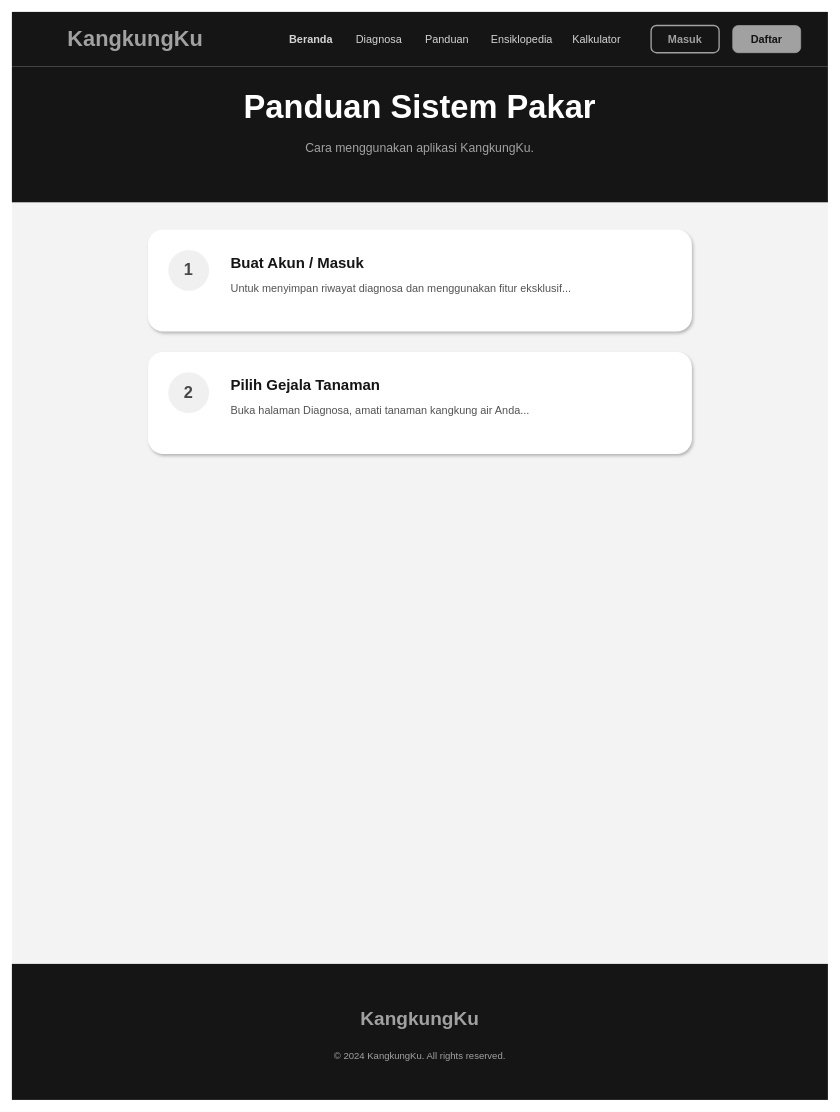
This is diagram/desain_backup/panduan.drawio from RajaSunrise/kangkungku, a draw.io file, before an edit. Source tidied: cells renumbered, new cells numbered last; positions are measured from the earlier drawing's top-left corner, leaving out a move shared by most shapes. Both pictures are drawn from the tidied source at 68%, with x=0, y=0 at pixel (12, 12).
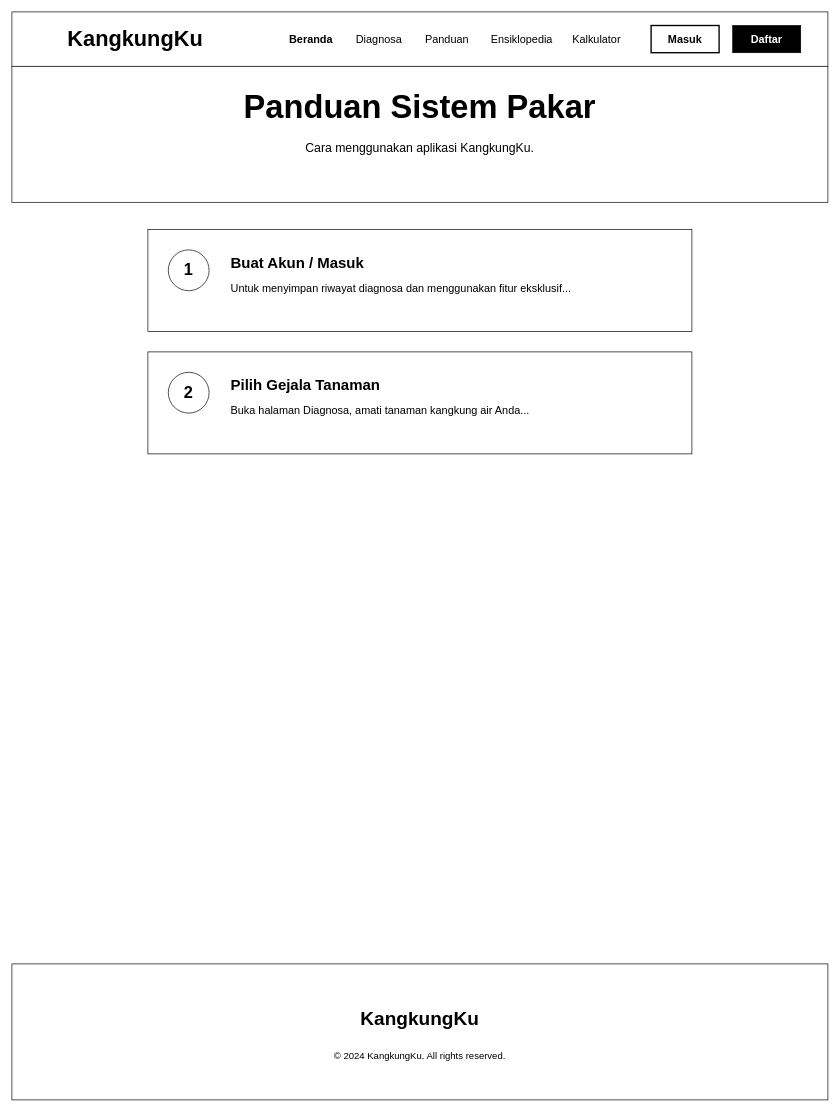
After the change.

What changed in the source:
```diff
@@
-    <mxCell id="2" style="rounded=0;whiteSpace=wrap;html=1;fillColor=#F3F3F3;strokeColor=none;" parent="1" vertex="1">
+    <mxCell id="2" style="rounded=0;whiteSpace=wrap;html=1;fillColor=#FFFFFF;strokeColor=none;" parent="1" vertex="1">
       <mxGeometry width="1200" height="1600" as="geometry" />
     </mxCell>
-    <mxCell id="3" style="rounded=0;whiteSpace=wrap;html=1;fillColor=#151515;strokeColor=none;" parent="1" vertex="1">
+    <mxCell id="3" style="rounded=0;whiteSpace=wrap;html=1;fillColor=#FFFFFF;strokeColor=#000000;" parent="1" vertex="1">
       <mxGeometry width="1200" height="80" as="geometry" />
     </mxCell>
-    <mxCell id="4" value="KangkungKu" style="text;html=1;strokeColor=none;fillColor=none;align=left;verticalAlign=middle;whiteSpace=wrap;rounded=0;fontColor=#A1A1A1;fontSize=32;fontStyle=1;fontFamily=Space Grotesk;" parent="1" vertex="1">
+    <mxCell id="4" value="KangkungKu" style="text;html=1;strokeColor=none;fillColor=none;align=left;verticalAlign=middle;whiteSpace=wrap;rounded=0;fontColor=#000000;fontSize=32;fontStyle=1;fontFamily=Space Grotesk;" parent="1" vertex="1">
       <mxGeometry x="80" y="20" width="200" height="40" as="geometry" />
     </mxCell>
-    <mxCell id="5" value="Beranda" style="text;html=1;strokeColor=none;fillColor=none;align=center;verticalAlign=middle;whiteSpace=wrap;rounded=0;fontColor=#D4D4D4;fontSize=16;fontFamily=Space Grotesk;fontStyle=1;" parent="1" vertex="1">
+    <mxCell id="5" value="Beranda" style="text;html=1;strokeColor=none;fillColor=none;align=center;verticalAlign=middle;whiteSpace=wrap;rounded=0;fontColor=#000000;fontSize=16;fontFamily=Space Grotesk;fontStyle=1;" parent="1" vertex="1">
       <mxGeometry x="400" y="25" width="80" height="30" as="geometry" />
     </mxCell>
-    <mxCell id="6" value="Diagnosa" style="text;html=1;strokeColor=none;fillColor=none;align=center;verticalAlign=middle;whiteSpace=wrap;rounded=0;fontColor=#D4D4D4;fontSize=16;fontFamily=Space Grotesk;" parent="1" vertex="1">
+    <mxCell id="6" value="Diagnosa" style="text;html=1;strokeColor=none;fillColor=none;align=center;verticalAlign=middle;whiteSpace=wrap;rounded=0;fontColor=#000000;fontSize=16;fontFamily=Space Grotesk;" parent="1" vertex="1">
       <mxGeometry x="500" y="25" width="80" height="30" as="geometry" />
     </mxCell>
-    <mxCell id="7" value="Panduan" style="text;html=1;strokeColor=none;fillColor=none;align=center;verticalAlign=middle;whiteSpace=wrap;rounded=0;fontColor=#D4D4D4;fontSize=16;fontFamily=Space Grotesk;" parent="1" vertex="1">
+    <mxCell id="7" value="Panduan" style="text;html=1;strokeColor=none;fillColor=none;align=center;verticalAlign=middle;whiteSpace=wrap;rounded=0;fontColor=#000000;fontSize=16;fontFamily=Space Grotesk;" parent="1" vertex="1">
       <mxGeometry x="600" y="25" width="80" height="30" as="geometry" />
     </mxCell>
-    <mxCell id="8" value="Ensiklopedia" style="text;html=1;strokeColor=none;fillColor=none;align=center;verticalAlign=middle;whiteSpace=wrap;rounded=0;fontColor=#D4D4D4;fontSize=16;fontFamily=Space Grotesk;" parent="1" vertex="1">
+    <mxCell id="8" value="Ensiklopedia" style="text;html=1;strokeColor=none;fillColor=none;align=center;verticalAlign=middle;whiteSpace=wrap;rounded=0;fontColor=#000000;fontSize=16;fontFamily=Space Grotesk;" parent="1" vertex="1">
       <mxGeometry x="700" y="25" width="100" height="30" as="geometry" />
     </mxCell>
-    <mxCell id="9" value="Kalkulator" style="text;html=1;strokeColor=none;fillColor=none;align=center;verticalAlign=middle;whiteSpace=wrap;rounded=0;fontColor=#D4D4D4;fontSize=16;fontFamily=Space Grotesk;" parent="1" vertex="1">
+    <mxCell id="9" value="Kalkulator" style="text;html=1;strokeColor=none;fillColor=none;align=center;verticalAlign=middle;whiteSpace=wrap;rounded=0;fontColor=#000000;fontSize=16;fontFamily=Space Grotesk;" parent="1" vertex="1">
       <mxGeometry x="820" y="25" width="80" height="30" as="geometry" />
     </mxCell>
-    <mxCell id="10" value="Masuk" style="rounded=1;whiteSpace=wrap;html=1;fillColor=none;strokeColor=#A1A1A1;strokeWidth=2;fontColor=#A1A1A1;fontStyle=1;fontSize=16;arcSize=20;" parent="1" vertex="1">
+    <mxCell id="10" value="Masuk" style="rounded=0;whiteSpace=wrap;html=1;fillColor=none;strokeColor=#000000;strokeWidth=2;fontColor=#000000;fontStyle=1;fontSize=16;arcSize=20;" parent="1" vertex="1">
       <mxGeometry x="940" y="20" width="100" height="40" as="geometry" />
     </mxCell>
-    <mxCell id="11" value="Daftar" style="rounded=1;whiteSpace=wrap;html=1;fillColor=#A1A1A1;strokeColor=#A1A1A1;fontColor=#151515;fontStyle=1;fontSize=16;arcSize=20;" parent="1" vertex="1">
+    <mxCell id="11" value="Daftar" style="rounded=0;whiteSpace=wrap;html=1;fillColor=#000000;strokeColor=#000000;fontColor=#FFFFFF;fontStyle=1;fontSize=16;arcSize=20;" parent="1" vertex="1">
       <mxGeometry x="1060" y="20" width="100" height="40" as="geometry" />
     </mxCell>
-    <mxCell id="12" style="rounded=0;whiteSpace=wrap;html=1;fillColor=#151515;strokeColor=none;" parent="1" vertex="1">
+    <mxCell id="12" style="rounded=0;whiteSpace=wrap;html=1;fillColor=#FFFFFF;strokeColor=#000000;" parent="1" vertex="1">
       <mxGeometry y="80" width="1200" height="200" as="geometry" />
     </mxCell>
-    <mxCell id="13" value="Panduan Sistem Pakar" style="text;html=1;strokeColor=none;fillColor=none;align=center;verticalAlign=middle;whiteSpace=wrap;rounded=0;fontColor=#FFFFFF;fontSize=48;fontStyle=1;fontFamily=Space Grotesk;" parent="1" vertex="1">
+    <mxCell id="13" value="Panduan Sistem Pakar" style="text;html=1;strokeColor=none;fillColor=none;align=center;verticalAlign=middle;whiteSpace=wrap;rounded=0;fontColor=#000000;fontSize=48;fontStyle=1;fontFamily=Space Grotesk;" parent="1" vertex="1">
       <mxGeometry x="100" y="100" width="1000" height="80" as="geometry" />
     </mxCell>
-    <mxCell id="14" value="Cara menggunakan aplikasi KangkungKu." style="text;html=1;strokeColor=none;fillColor=none;align=center;verticalAlign=middle;whiteSpace=wrap;rounded=0;fontColor=#A2A2A2;fontSize=18;fontFamily=Space Grotesk;" parent="1" vertex="1">
+    <mxCell id="14" value="Cara menggunakan aplikasi KangkungKu." style="text;html=1;strokeColor=none;fillColor=none;align=center;verticalAlign=middle;whiteSpace=wrap;rounded=0;fontColor=#000000;fontSize=18;fontFamily=Space Grotesk;" parent="1" vertex="1">
       <mxGeometry x="200" y="180" width="800" height="40" as="geometry" />
     </mxCell>
-    <mxCell id="15" style="rounded=1;whiteSpace=wrap;html=1;fillColor=#FFFFFF;strokeColor=none;shadow=1;" parent="1" vertex="1">
+    <mxCell id="15" style="rounded=0;whiteSpace=wrap;html=1;fillColor=#FFFFFF;strokeColor=#000000;" parent="1" vertex="1">
       <mxGeometry x="200" y="320" width="800" height="150" as="geometry" />
     </mxCell>
-    <mxCell id="16" value="1" style="ellipse;whiteSpace=wrap;html=1;fillColor=#F0F0F0;strokeColor=none;fontColor=#474747;fontStyle=1;fontSize=24;" parent="1" vertex="1">
+    <mxCell id="16" value="1" style="ellipse;whiteSpace=wrap;html=1;fillColor=#FFFFFF;strokeColor=#000000;fontColor=#000000;fontStyle=1;fontSize=24;" parent="1" vertex="1">
       <mxGeometry x="230" y="350" width="60" height="60" as="geometry" />
     </mxCell>
-    <mxCell id="17" value="Buat Akun / Masuk" style="text;html=1;strokeColor=none;fillColor=none;align=left;verticalAlign=top;whiteSpace=wrap;rounded=0;fontColor=#151515;fontSize=22;fontStyle=1;" parent="1" vertex="1">
+    <mxCell id="17" value="Buat Akun / Masuk" style="text;html=1;strokeColor=none;fillColor=none;align=left;verticalAlign=top;whiteSpace=wrap;rounded=0;fontColor=#000000;fontSize=22;fontStyle=1;" parent="1" vertex="1">
       <mxGeometry x="320" y="350" width="600" height="30" as="geometry" />
     </mxCell>
-    <mxCell id="18" value="Untuk menyimpan riwayat diagnosa dan menggunakan fitur eksklusif..." style="text;html=1;strokeColor=none;fillColor=none;align=left;verticalAlign=top;whiteSpace=wrap;rounded=0;fontColor=#535353;fontSize=16;" parent="1" vertex="1">
+    <mxCell id="18" value="Untuk menyimpan riwayat diagnosa dan menggunakan fitur eksklusif..." style="text;html=1;strokeColor=none;fillColor=none;align=left;verticalAlign=top;whiteSpace=wrap;rounded=0;fontColor=#000000;fontSize=16;" parent="1" vertex="1">
       <mxGeometry x="320" y="390" width="600" height="60" as="geometry" />
     </mxCell>
-    <mxCell id="19" style="rounded=1;whiteSpace=wrap;html=1;fillColor=#FFFFFF;strokeColor=none;shadow=1;" parent="1" vertex="1">
+    <mxCell id="19" style="rounded=0;whiteSpace=wrap;html=1;fillColor=#FFFFFF;strokeColor=#000000;" parent="1" vertex="1">
       <mxGeometry x="200" y="500" width="800" height="150" as="geometry" />
     </mxCell>
-    <mxCell id="20" value="2" style="ellipse;whiteSpace=wrap;html=1;fillColor=#F0F0F0;strokeColor=none;fontColor=#474747;fontStyle=1;fontSize=24;" parent="1" vertex="1">
+    <mxCell id="20" value="2" style="ellipse;whiteSpace=wrap;html=1;fillColor=#FFFFFF;strokeColor=#000000;fontColor=#000000;fontStyle=1;fontSize=24;" parent="1" vertex="1">
       <mxGeometry x="230" y="530" width="60" height="60" as="geometry" />
     </mxCell>
-    <mxCell id="21" value="Pilih Gejala Tanaman" style="text;html=1;strokeColor=none;fillColor=none;align=left;verticalAlign=top;whiteSpace=wrap;rounded=0;fontColor=#151515;fontSize=22;fontStyle=1;" parent="1" vertex="1">
+    <mxCell id="21" value="Pilih Gejala Tanaman" style="text;html=1;strokeColor=none;fillColor=none;align=left;verticalAlign=top;whiteSpace=wrap;rounded=0;fontColor=#000000;fontSize=22;fontStyle=1;" parent="1" vertex="1">
       <mxGeometry x="320" y="530" width="600" height="30" as="geometry" />
     </mxCell>
-    <mxCell id="22" value="Buka halaman Diagnosa, amati tanaman kangkung air Anda..." style="text;html=1;strokeColor=none;fillColor=none;align=left;verticalAlign=top;whiteSpace=wrap;rounded=0;fontColor=#535353;fontSize=16;" parent="1" vertex="1">
+    <mxCell id="22" value="Buka halaman Diagnosa, amati tanaman kangkung air Anda..." style="text;html=1;strokeColor=none;fillColor=none;align=left;verticalAlign=top;whiteSpace=wrap;rounded=0;fontColor=#000000;fontSize=16;" parent="1" vertex="1">
       <mxGeometry x="320" y="570" width="600" height="60" as="geometry" />
     </mxCell>
-    <mxCell id="23" style="rounded=0;whiteSpace=wrap;html=1;fillColor=#151515;strokeColor=none;" parent="1" vertex="1">
+    <mxCell id="23" style="rounded=0;whiteSpace=wrap;html=1;fillColor=#FFFFFF;strokeColor=#000000;" parent="1" vertex="1">
       <mxGeometry y="1400" width="1200" height="200" as="geometry" />
     </mxCell>
-    <mxCell id="24" value="KangkungKu" style="text;html=1;strokeColor=none;fillColor=none;align=center;verticalAlign=middle;whiteSpace=wrap;rounded=0;fontColor=#A1A1A1;fontSize=28;fontStyle=1;" parent="1" vertex="1">
+    <mxCell id="24" value="KangkungKu" style="text;html=1;strokeColor=none;fillColor=none;align=center;verticalAlign=middle;whiteSpace=wrap;rounded=0;fontColor=#000000;fontSize=28;fontStyle=1;" parent="1" vertex="1">
       <mxGeometry x="500" y="1460" width="200" height="40" as="geometry" />
     </mxCell>
-    <mxCell id="25" value="© 2024 KangkungKu. All rights reserved." style="text;html=1;strokeColor=none;fillColor=none;align=center;verticalAlign=middle;whiteSpace=wrap;rounded=0;fontColor=#A2A2A2;fontSize=14;" parent="1" vertex="1">
+    <mxCell id="25" value="© 2024 KangkungKu. All rights reserved." style="text;html=1;strokeColor=none;fillColor=none;align=center;verticalAlign=middle;whiteSpace=wrap;rounded=0;fontColor=#000000;fontSize=14;" parent="1" vertex="1">
       <mxGeometry x="450" y="1520" width="300" height="30" as="geometry" />
     </mxCell>
```
